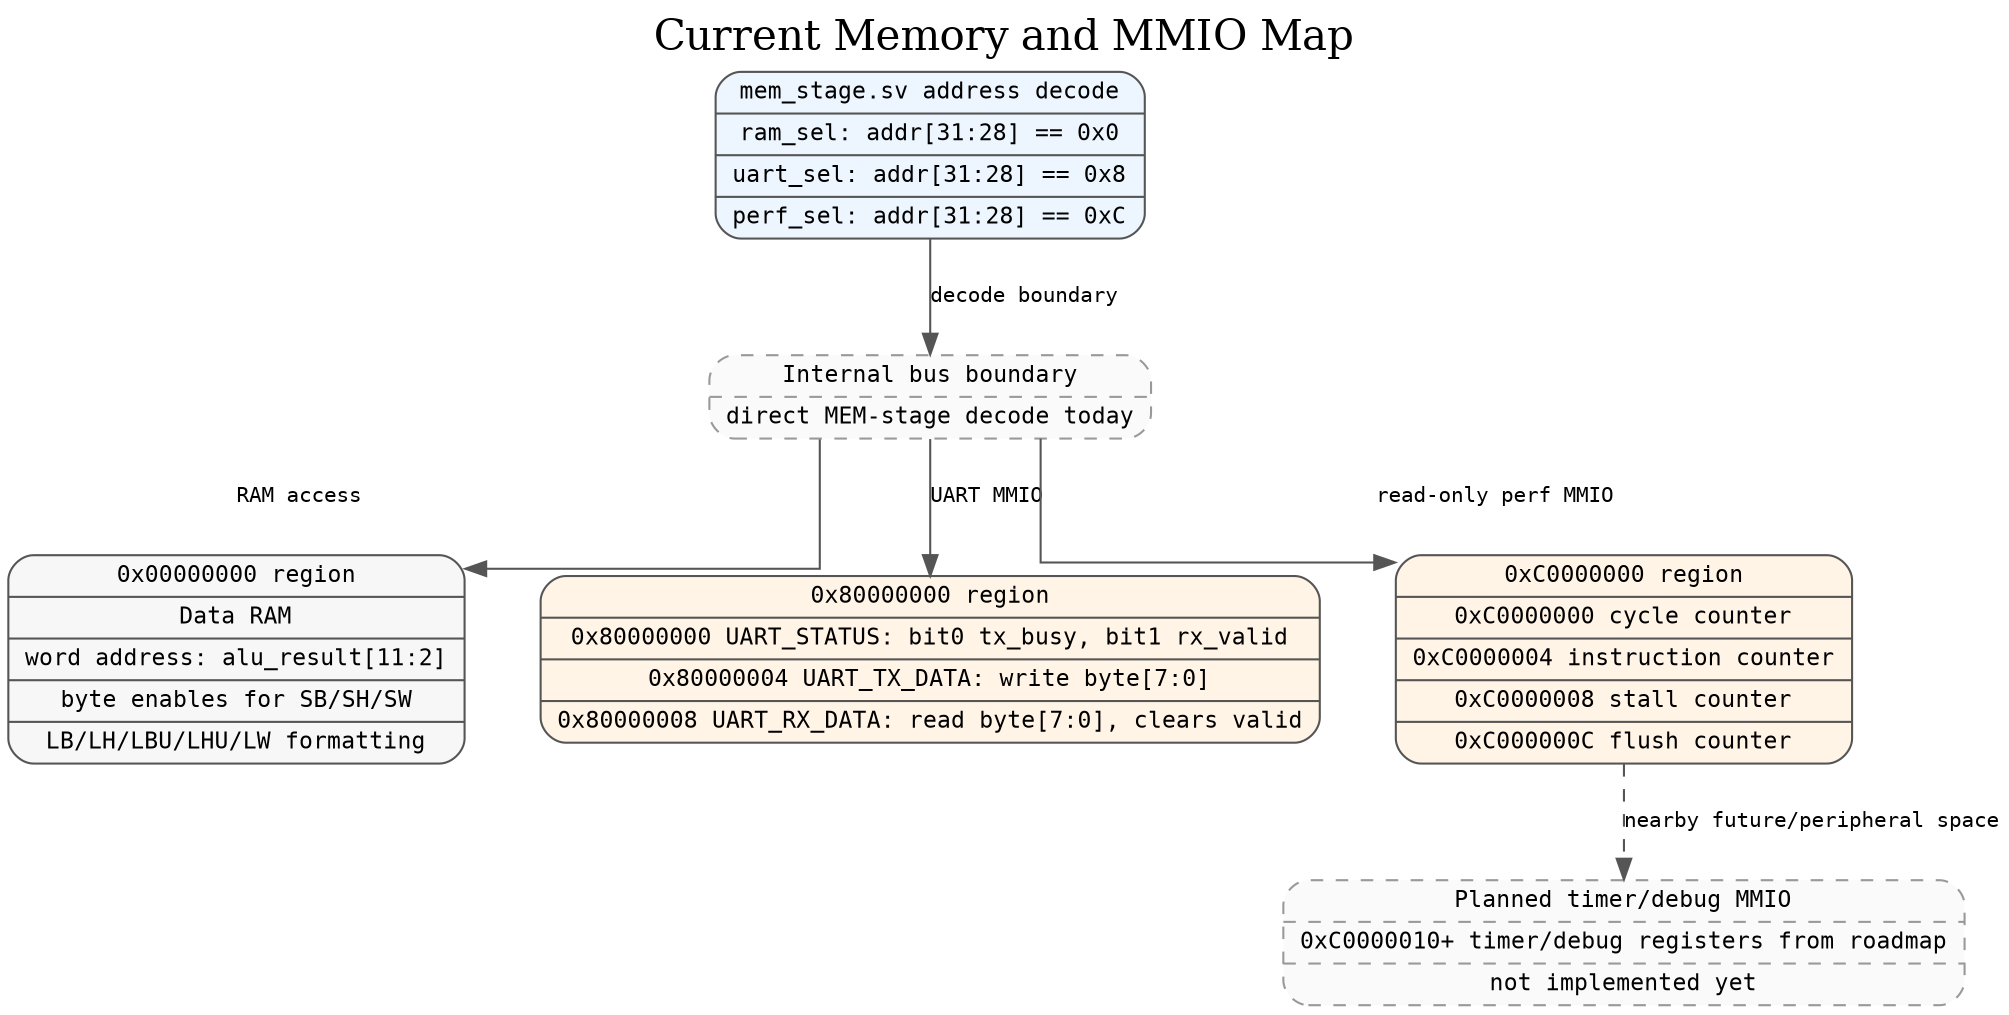
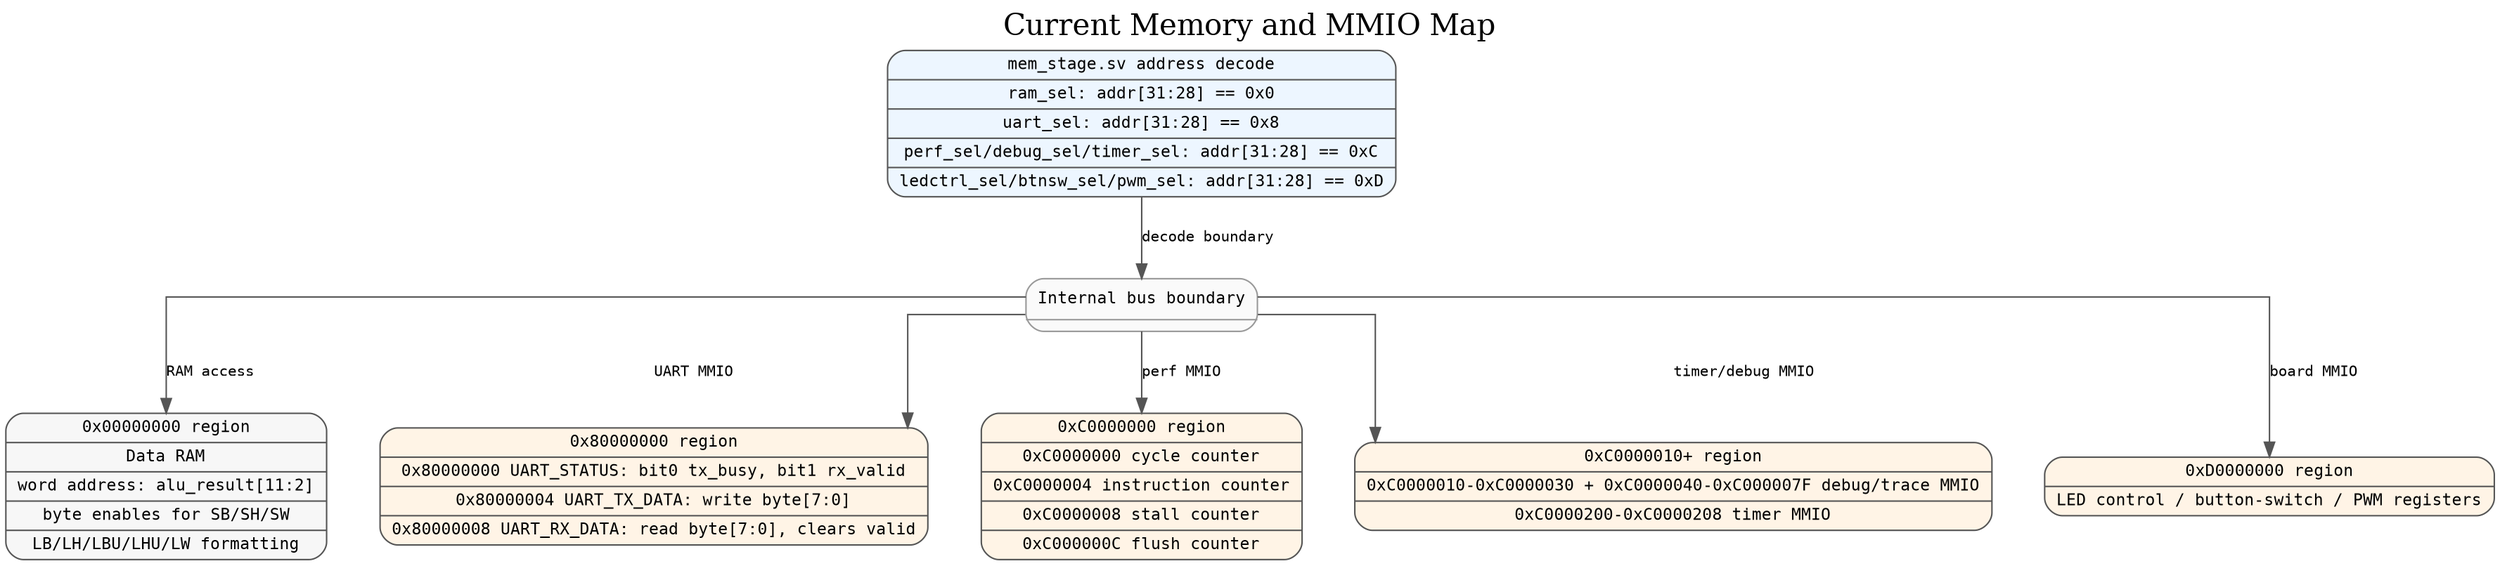
// Generated by tools/generate_diagrams.py.
// Run tools/update_docs.ps1 after implementation changes.
// Edit the generator, not this generated .dot file.


digraph memory_map {
    graph [
        label="Current Memory and MMIO Map",
        labelloc=t,
        fontsize=20,
        rankdir=TB,
        splines=ortho,
        nodesep=0.5,
        ranksep=0.6
    ];

    node [
        shape=record,
        style="rounded,filled",
        fillcolor="#f7f7f7",
        color="#555555",
        fontname="Consolas",
        fontsize=11
    ];

    edge [
        color="#555555",
        fontname="Consolas",
        fontsize=10
    ];

    address_decode [
-         label="{mem_stage.sv address decode|ram_sel: addr[31:28] == 0x0|uart_sel: addr[31:28] == 0x8|perf_sel: addr[31:28] == 0xC}",
+         label="{mem_stage.sv address decode|ram_sel: addr[31:28] == 0x0|uart_sel: addr[31:28] == 0x8|perf_sel/debug_sel/timer_sel: addr[31:28] == 0xC|ledctrl_sel/btnsw_sel/pwm_sel: addr[31:28] == 0xD}",
        fillcolor="#edf6ff"
    ];

    internal_bus [
-         label="{Internal bus boundary|direct MEM-stage decode today}",
-         style="rounded,dashed,filled",
+         label="{Internal bus boundary|Phase 11 bus_<periph>_* signal bundles}",
+         style="rounded,filled",
        fillcolor="#fafafa",
        color="#999999"
    ];

    data_mem [
        label="{0x00000000 region|Data RAM|word address: alu_result[11:2]|byte enables for SB/SH/SW|LB/LH/LBU/LHU/LW formatting}"
    ];

    uart [
        label="{0x80000000 region|0x80000000 UART_STATUS: bit0 tx_busy, bit1 rx_valid|0x80000004 UART_TX_DATA: write byte[7:0]|0x80000008 UART_RX_DATA: read byte[7:0], clears valid}",
        fillcolor="#fff4e6"
    ];

    perf [
        label="{0xC0000000 region|0xC0000000 cycle counter|0xC0000004 instruction counter|0xC0000008 stall counter|0xC000000C flush counter}",
        fillcolor="#fff4e6"
    ];

    timer_debug [
-         label="{Planned timer/debug MMIO|0xC0000010+ timer/debug registers from roadmap|not implemented yet}",
-         style="rounded,dashed,filled",
-         fillcolor="#fafafa",
-         color="#999999"
+         label="{0xC0000010+ region|0xC0000010-0xC0000030 + 0xC0000040-0xC000007F debug/trace MMIO|0xC0000200-0xC0000208 timer MMIO}",
+         style="rounded,filled",
+         fillcolor="#fff4e6",
+         color="#555555"
+     ];
+ 
+     board_periphs [
+         label="{0xD0000000 region|LED control / button-switch / PWM registers}",
+         style="rounded,filled",
+         fillcolor="#fff4e6",
+         color="#555555"
    ];

    address_decode -> internal_bus [label="decode boundary"];
    internal_bus -> data_mem [label="RAM access"];
    internal_bus -> uart [label="UART MMIO"];
-     internal_bus -> perf [label="read-only perf MMIO"];
-     perf -> timer_debug [style=dashed, label="nearby future/peripheral space"];
- }
+     internal_bus -> perf [label="perf MMIO"];
+     internal_bus -> timer_debug [label="timer/debug MMIO"];
+     internal_bus -> board_periphs [label="board MMIO"];
+ }